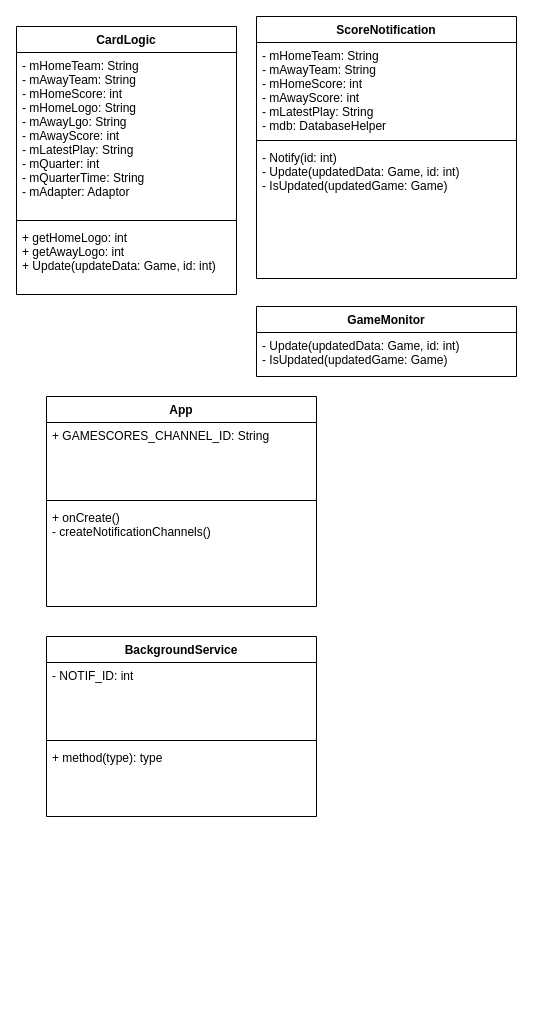
Above: dev_logs/Untitled Diagram.drawio in MOHIDQ/NBA-Scores-App (draw.io), before the change. Source tidied: cells renumbered, new cells numbered last; positions are measured from the earlier drawing's top-left corner, leaving out a move shared by most shapes. Both pictures are drawn from the tidied source at 100%, with x=0, y=0 at pixel (16, 16).
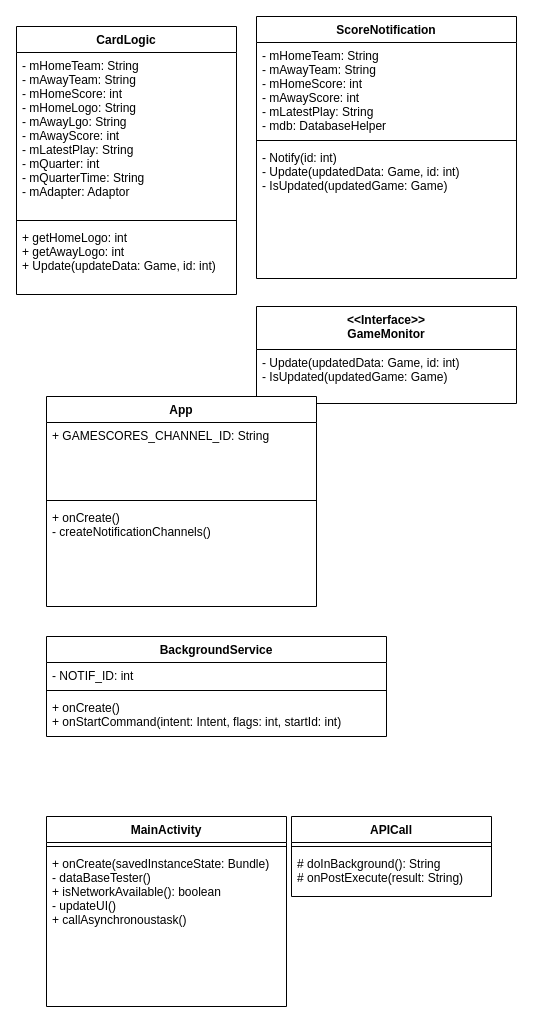
The same diagram, later.

What changed in the source:
```diff
@@
-    <mxCell id="6" value="GameMonitor" style="swimlane;fontStyle=1;align=center;verticalAlign=top;horizontal=1;startSize=26;" parent="1" vertex="1">
-      <mxGeometry x="240" y="290" width="260" height="70" as="geometry" />
+    <mxCell id="6" value="&lt;&lt;Interface&gt;&gt;&#10;GameMonitor" style="swimlane;fontStyle=1;align=center;verticalAlign=top;horizontal=1;startSize=43;" parent="1" vertex="1">
+      <mxGeometry x="240" y="290" width="260" height="97" as="geometry" />
     </mxCell>
     <mxCell id="7" value="- Update(updatedData: Game, id: int)&#10;- IsUpdated(updatedGame: Game)" style="text;strokeColor=none;fillColor=none;align=left;verticalAlign=top;spacingLeft=4;spacingRight=4;overflow=hidden;" parent="6" vertex="1">
-      <mxGeometry y="26" width="260" height="44" as="geometry" />
+      <mxGeometry y="43" width="260" height="54" as="geometry" />
     </mxCell>
@@
     <mxCell id="16" value="BackgroundService" style="swimlane;fontStyle=1;align=center;verticalAlign=top;horizontal=1;startSize=26;" parent="1" vertex="1">
-      <mxGeometry x="30" y="620" width="270" height="180" as="geometry" />
+      <mxGeometry x="30" y="620" width="340" height="100" as="geometry" />
     </mxCell>
     <mxCell id="17" value="- NOTIF_ID: int" style="text;strokeColor=none;fillColor=none;align=left;verticalAlign=top;spacingLeft=4;spacingRight=4;overflow=hidden;" parent="16" vertex="1">
-      <mxGeometry y="26" width="270" height="74" as="geometry" />
+      <mxGeometry y="26" width="340" height="24" as="geometry" />
     </mxCell>
     <mxCell id="18" style="line;strokeWidth=1;fillColor=none;align=left;verticalAlign=middle;spacingTop=-1;spacingLeft=3;spacingRight=3;labelPosition=right;" parent="16" vertex="1">
-      <mxGeometry y="100" width="270" height="8" as="geometry" />
+      <mxGeometry y="50" width="340" height="8" as="geometry" />
     </mxCell>
-    <mxCell id="19" value="+ method(type): type" style="text;strokeColor=none;fillColor=none;align=left;verticalAlign=top;spacingLeft=4;spacingRight=4;overflow=hidden;" parent="16" vertex="1">
-      <mxGeometry y="108" width="270" height="72" as="geometry" />
+    <mxCell id="19" value="+ onCreate()&#10;+ onStartCommand(intent: Intent, flags: int, startId: int)" style="text;strokeColor=none;fillColor=none;align=left;verticalAlign=top;spacingLeft=4;spacingRight=4;overflow=hidden;" parent="16" vertex="1">
+      <mxGeometry y="58" width="340" height="42" as="geometry" />
     </mxCell>
+    <mxCell id="20" value="MainActivity" style="swimlane;fontStyle=1;align=center;verticalAlign=top;horizontal=1;startSize=26;" parent="1" vertex="1">
+      <mxGeometry x="30" y="800" width="240" height="190" as="geometry" />
+    </mxCell>
+    <mxCell id="21" style="line;strokeWidth=1;fillColor=none;align=left;verticalAlign=middle;spacingTop=-1;spacingLeft=3;spacingRight=3;labelPosition=right;" parent="20" vertex="1">
+      <mxGeometry y="26" width="240" height="8" as="geometry" />
+    </mxCell>
+    <mxCell id="22" value="+ onCreate(savedInstanceState: Bundle)&#10;- dataBaseTester()&#10;+ isNetworkAvailable(): boolean&#10;- updateUI()&#10;+ callAsynchronoustask()&#10;&#10;&#10;&#10;" style="text;strokeColor=none;fillColor=none;align=left;verticalAlign=top;spacingLeft=4;spacingRight=4;overflow=hidden;" parent="20" vertex="1">
+      <mxGeometry y="34" width="240" height="156" as="geometry" />
+    </mxCell>
+    <mxCell id="23" value="APICall" style="swimlane;fontStyle=1;align=center;verticalAlign=top;horizontal=1;startSize=26;" parent="1" vertex="1">
+      <mxGeometry x="275" y="800" width="200" height="80" as="geometry" />
+    </mxCell>
+    <mxCell id="24" style="line;strokeWidth=1;fillColor=none;align=left;verticalAlign=middle;spacingTop=-1;spacingLeft=3;spacingRight=3;labelPosition=right;" parent="23" vertex="1">
+      <mxGeometry y="26" width="200" height="8" as="geometry" />
+    </mxCell>
+    <mxCell id="25" value="# doInBackground(): String&#10;# onPostExecute(result: String)" style="text;strokeColor=none;fillColor=none;align=left;verticalAlign=top;spacingLeft=4;spacingRight=4;overflow=hidden;" parent="23" vertex="1">
+      <mxGeometry y="34" width="200" height="46" as="geometry" />
+    </mxCell>
```
